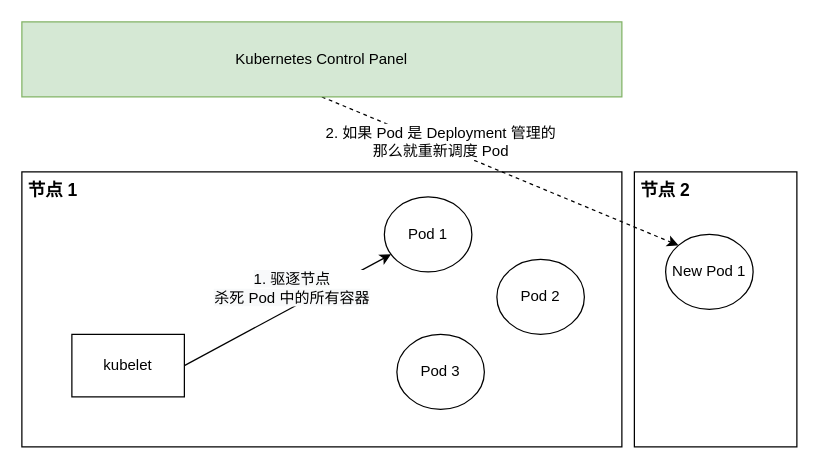
The draw.io diagram kube/request-limit/assets/pod-evi.drawio in lsj9383/Containerization, before the edit. Source tidied: cells renumbered, new cells numbered last; positions are measured from the earlier drawing's top-left corner, leaving out a move shared by most shapes. Both pictures are drawn from the tidied source at 125%, with x=0, y=0 at pixel (21, 21).
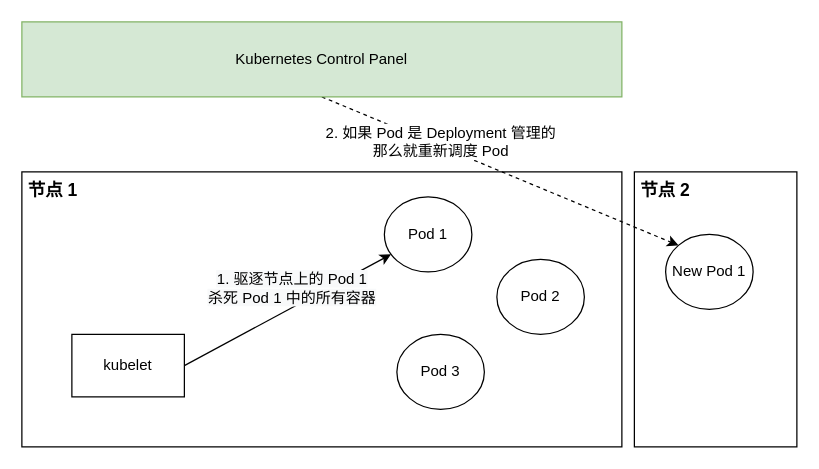
After the change.

The edit, as a diff of the source:
```diff
@@
 <mxGraphModel>
   <root>
     <mxCell id="0" />
     <mxCell id="1" parent="0" />
     <mxCell id="2" style="rounded=0;whiteSpace=wrap;html=1;" parent="1" vertex="1">
       <mxGeometry x="490" y="120" width="130" height="220" as="geometry" />
     </mxCell>
     <mxCell id="3" style="rounded=0;whiteSpace=wrap;html=1;" parent="1" vertex="1">
       <mxGeometry y="120" width="480" height="220" as="geometry" />
     </mxCell>
     <mxCell id="4" value="Pod 2" style="ellipse;whiteSpace=wrap;html=1;" parent="1" vertex="1">
       <mxGeometry x="380" y="190" width="70" height="60" as="geometry" />
     </mxCell>
     <mxCell id="5" value="Pod 1" style="ellipse;whiteSpace=wrap;html=1;" parent="1" vertex="1">
       <mxGeometry x="290" y="140" width="70" height="60" as="geometry" />
     </mxCell>
     <mxCell id="6" value="Pod 3" style="ellipse;whiteSpace=wrap;html=1;" parent="1" vertex="1">
       <mxGeometry x="300" y="250" width="70" height="60" as="geometry" />
     </mxCell>
     <mxCell id="7" value="节点 1" style="text;html=1;strokeColor=none;fillColor=none;align=center;verticalAlign=middle;whiteSpace=wrap;rounded=0;fontStyle=1;fontSize=14;" parent="1" vertex="1">
       <mxGeometry y="120" width="50" height="30" as="geometry" />
     </mxCell>
     <mxCell id="8" style="rounded=0;jettySize=auto;html=1;exitX=1;exitY=0.5;exitDx=0;exitDy=0;fontSize=14;" parent="1" edge="1" source="10" target="5">
       <mxGeometry relative="1" as="geometry" />
     </mxCell>
-    <mxCell id="9" value="&lt;span style=&quot;background-color: rgb(248, 249, 250); font-size: 12px;&quot;&gt;1. 驱逐节点&lt;/span&gt;&lt;br style=&quot;background-color: rgb(248, 249, 250); font-size: 12px;&quot;&gt;&lt;span style=&quot;background-color: rgb(248, 249, 250); font-size: 12px;&quot;&gt;杀死 Pod 中的所有容器&lt;/span&gt;" style="edgeLabel;html=1;align=center;verticalAlign=middle;fontSize=12;" parent="8" vertex="1">
+    <mxCell id="9" value="&lt;span style=&quot;background-color: rgb(248, 249, 250); font-size: 12px;&quot;&gt;1. 驱逐节点上的 Pod 1&lt;/span&gt;&lt;br style=&quot;background-color: rgb(248, 249, 250); font-size: 12px;&quot;&gt;&lt;span style=&quot;background-color: rgb(248, 249, 250); font-size: 12px;&quot;&gt;杀死 Pod 1 中的所有容器&lt;/span&gt;" style="edgeLabel;html=1;align=center;verticalAlign=middle;fontSize=12;" parent="8" vertex="1">
       <mxGeometry x="0.46" y="-3" relative="1" as="geometry">
         <mxPoint x="-37" as="offset" />
       </mxGeometry>
     </mxCell>
     <mxCell id="10" value="kubelet" style="rounded=0;whiteSpace=wrap;html=1;" parent="1" vertex="1">
       <mxGeometry x="40" y="250" width="90" height="50" as="geometry" />
     </mxCell>
     <mxCell id="11" style="edgeStyle=none;rounded=0;jettySize=auto;html=1;exitX=0.5;exitY=1;exitDx=0;exitDy=0;entryX=0;entryY=0;entryDx=0;entryDy=0;fontSize=12;dashed=1;" parent="1" edge="1" source="13" target="15">
       <mxGeometry relative="1" as="geometry" />
     </mxCell>
     <mxCell id="12" value="2. 如果 Pod 是 Deployment 管理的&lt;br&gt;那么就重新调度 Pod" style="edgeLabel;html=1;align=center;verticalAlign=middle;fontSize=12;" parent="11" vertex="1">
       <mxGeometry x="-0.54" y="2" relative="1" as="geometry">
         <mxPoint x="28" y="10" as="offset" />
       </mxGeometry>
     </mxCell>
     <mxCell id="13" value="Kubernetes Control Panel" style="rounded=0;whiteSpace=wrap;html=1;fontSize=12;fillColor=#d5e8d4;strokeColor=#82b366;" parent="1" vertex="1">
       <mxGeometry width="480" height="60" as="geometry" />
     </mxCell>
     <mxCell id="14" value="节点 2" style="text;html=1;strokeColor=none;fillColor=none;align=center;verticalAlign=middle;whiteSpace=wrap;rounded=0;fontStyle=1;fontSize=14;" parent="1" vertex="1">
       <mxGeometry x="490" y="120" width="50" height="30" as="geometry" />
     </mxCell>
     <mxCell id="15" value="New Pod 1" style="ellipse;whiteSpace=wrap;html=1;" parent="1" vertex="1">
       <mxGeometry x="515" y="170" width="70" height="60" as="geometry" />
     </mxCell>
   </root>
 </mxGraphModel>
```
